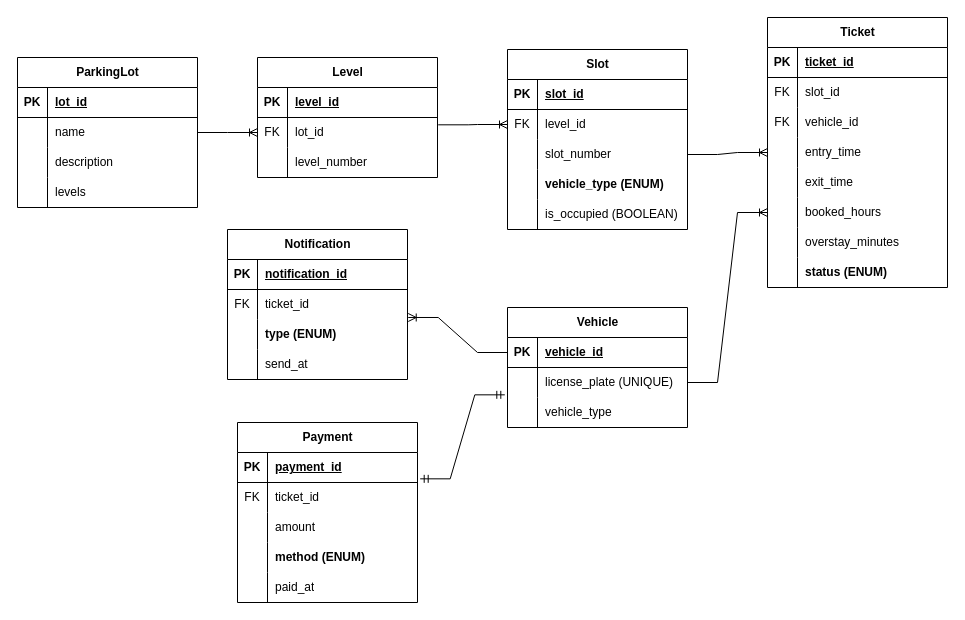
The draw.io diagram docs/ParkingLot_ERD.drawio in arjun1311/Parking-Lot, before the edit. Source tidied: cells renumbered, new cells numbered last; positions are measured from the earlier drawing's top-left corner, leaving out a move shared by most shapes. Both pictures are drawn from the tidied source at 100%, with x=0, y=0 at pixel (17, 17).
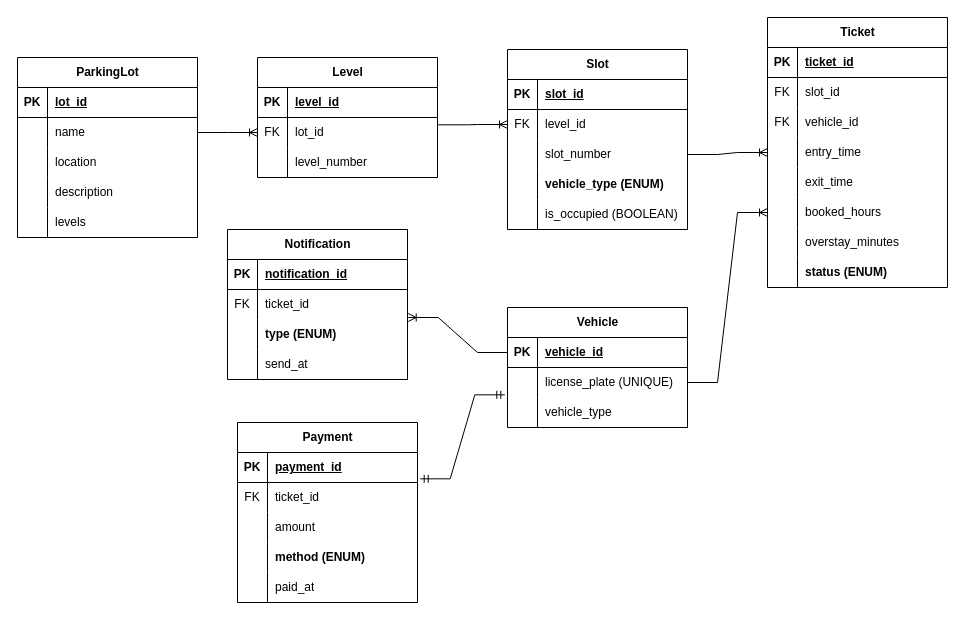
The same diagram, later.

Unchanged cells that the change refers to:
```xml
<mxCell id="9" style="shape=tableRow;horizontal=0;startSize=0;swimlaneHead=0;swimlaneBody=0;fillColor=none;top=0;left=0;right=0;bottom=0;" parent="2" vertex="1">
  <mxGeometry y="90" width="180" height="30" as="geometry" />
</mxCell>
<mxCell id="12" style="shape=tableRow;horizontal=0;startSize=0;swimlaneHead=0;swimlaneBody=0;fillColor=none;top=0;left=0;right=0;bottom=0;" parent="2" vertex="1">
  <mxGeometry y="120" width="180" height="30" as="geometry" />
</mxCell>
```

The edit, as a diff of the source:
```diff
@@
     <mxCell id="2" value="ParkingLot" style="shape=table;startSize=30;childLayout=tableLayout;rowLines=0;fontStyle=1;align=center;html=1;" parent="1" vertex="1">
-      <mxGeometry y="40" width="180" height="150" as="geometry" />
+      <mxGeometry y="40" width="180" height="180" as="geometry" />
     </mxCell>
@@
-    <mxCell id="11" value="description" style="shape=partialRectangle;fillColor=none;top=0;left=0;bottom=0;right=0;align=left;spacingLeft=6;overflow=hidden;whiteSpace=wrap;html=1;" parent="9" vertex="1">
+    <mxCell id="11" value="location" style="shape=partialRectangle;fillColor=none;top=0;left=0;bottom=0;right=0;align=left;spacingLeft=6;overflow=hidden;whiteSpace=wrap;html=1;" parent="9" vertex="1">
       <mxGeometry x="30" width="150" height="30" as="geometry" />
     </mxCell>
@@
-    <mxCell id="14" value="levels" style="shape=partialRectangle;fillColor=none;top=0;left=0;bottom=0;right=0;align=left;spacingLeft=6;overflow=hidden;whiteSpace=wrap;html=1;" parent="12" vertex="1">
+    <mxCell id="14" value="description" style="shape=partialRectangle;fillColor=none;top=0;left=0;bottom=0;right=0;align=left;spacingLeft=6;overflow=hidden;whiteSpace=wrap;html=1;" parent="12" vertex="1">
       <mxGeometry x="30" width="150" height="30" as="geometry" />
     </mxCell>
+    <mxCell id="111" style="shape=tableRow;horizontal=0;startSize=0;swimlaneHead=0;swimlaneBody=0;fillColor=none;top=0;left=0;right=0;bottom=0;" parent="2" vertex="1">
+      <mxGeometry y="150" width="180" height="30" as="geometry" />
+    </mxCell>
+    <mxCell id="112" style="shape=partialRectangle;fillColor=none;top=0;left=0;bottom=0;right=0;overflow=hidden;whiteSpace=wrap;html=1;" parent="111" vertex="1">
+      <mxGeometry width="30" height="30" as="geometry" />
+    </mxCell>
+    <mxCell id="113" value="levels" style="shape=partialRectangle;fillColor=none;top=0;left=0;bottom=0;right=0;align=left;spacingLeft=6;overflow=hidden;whiteSpace=wrap;html=1;" parent="111" vertex="1">
+      <mxGeometry x="30" width="150" height="30" as="geometry" />
+    </mxCell>
```
